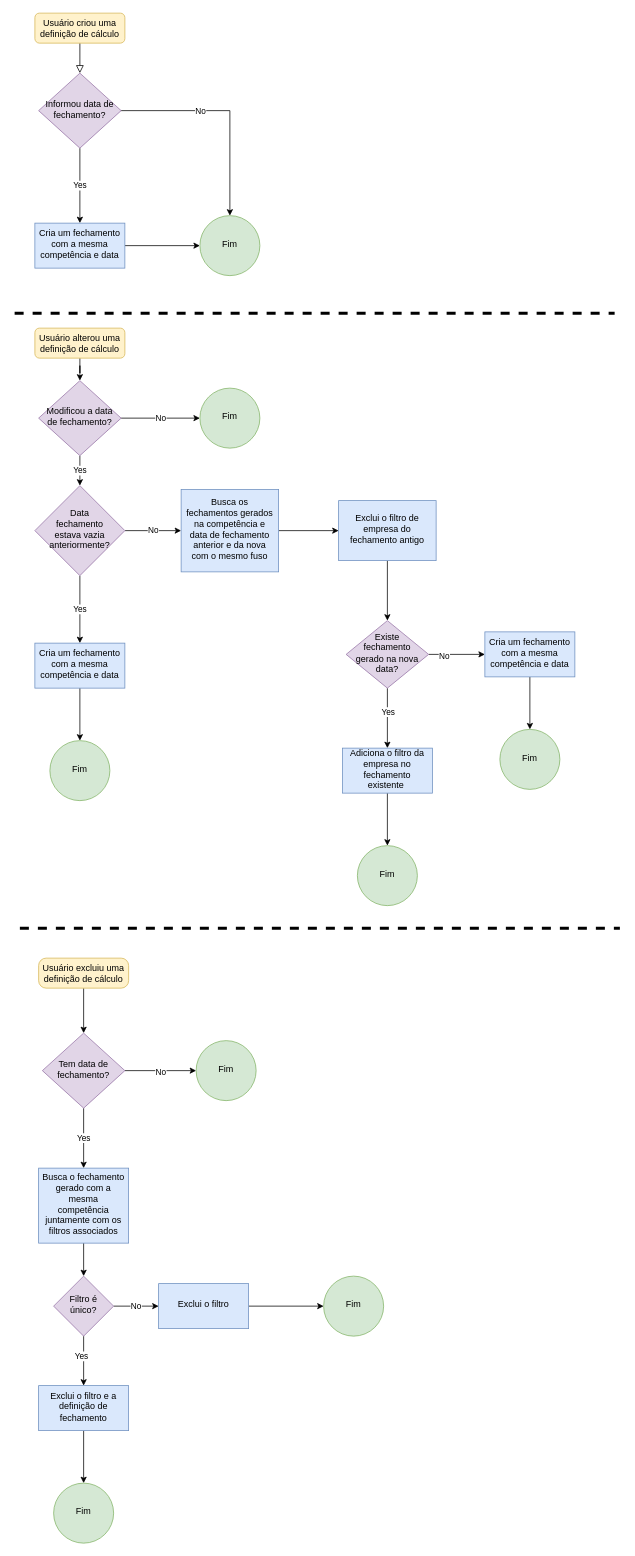
The draw.io diagram closure_by_calculation_definition.drawio in jupiterise/flow_charts, before the edit. Source tidied: cells renumbered, new cells numbered last; positions are measured from the earlier drawing's top-left corner, leaving out a move shared by most shapes. Both pictures are drawn from the tidied source at 75%, with x=0, y=0 at pixel (14, 13).
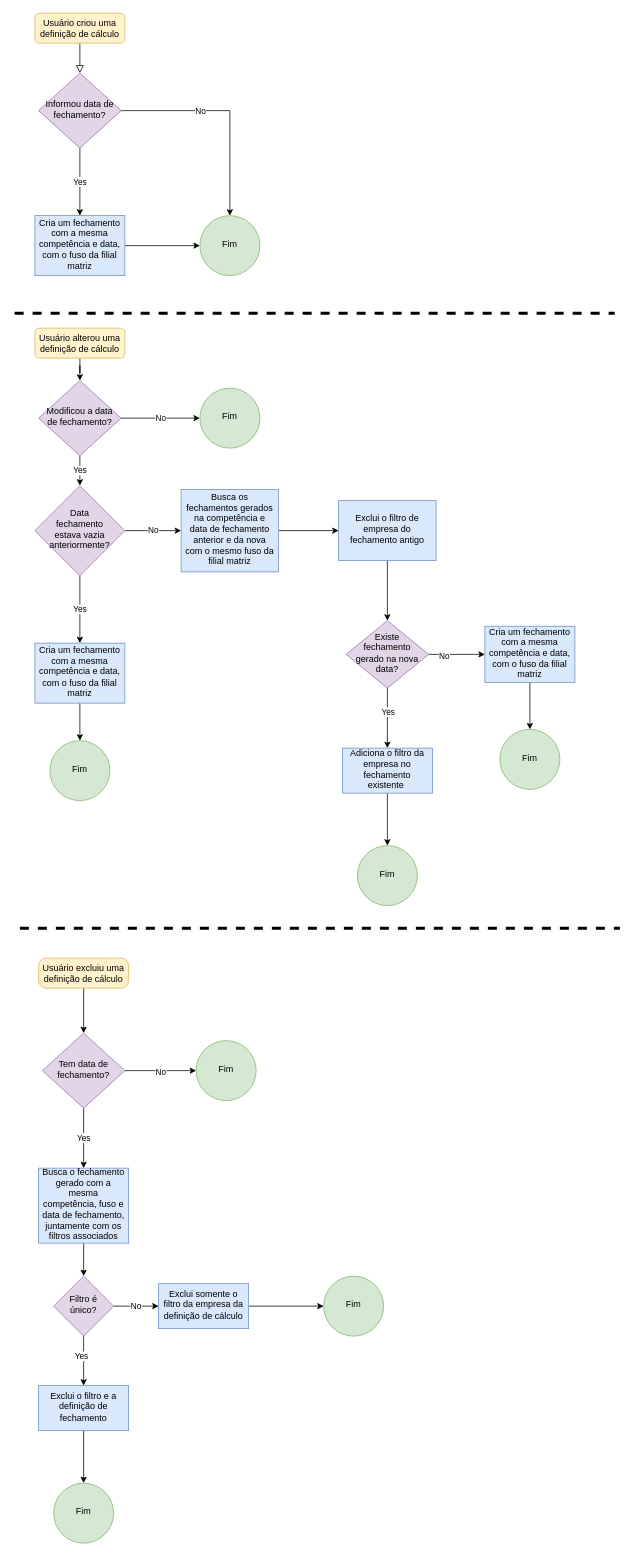
After the change.

What changed in the source:
```diff
@@
-    <mxCell id="18" value="Busca os fechamentos gerados&lt;div&gt;na competência e data de fechamento anterior e da nova&lt;/div&gt;&lt;div&gt;com o mesmo fuso&lt;/div&gt;" style="whiteSpace=wrap;html=1;shadow=0;strokeWidth=1;spacing=6;spacingTop=-4;fillColor=#dae8fc;strokeColor=#6c8ebf;" parent="1" vertex="1">
+    <mxCell id="18" value="Busca os fechamentos gerados&lt;div&gt;na competência e data de fechamento anterior e da nova&lt;/div&gt;&lt;div&gt;com o mesmo fuso da filial matriz&lt;/div&gt;" style="whiteSpace=wrap;html=1;shadow=0;strokeWidth=1;spacing=6;spacingTop=-4;fillColor=#dae8fc;strokeColor=#6c8ebf;" parent="1" vertex="1">
       <mxGeometry x="222" y="635" width="130" height="110" as="geometry" />
     </mxCell>
@@
-    <mxCell id="20" value="Cria um fechamento com a mesma competência e data" style="whiteSpace=wrap;html=1;shadow=0;strokeWidth=1;spacing=6;spacingTop=-4;fillColor=#dae8fc;strokeColor=#6c8ebf;" parent="1" vertex="1">
-      <mxGeometry x="27" y="280" width="120" height="60" as="geometry" />
+    <mxCell id="20" value="Cria um fechamento com a mesma competência e data, com o fuso da filial matriz" style="whiteSpace=wrap;html=1;shadow=0;strokeWidth=1;spacing=6;spacingTop=-4;fillColor=#dae8fc;strokeColor=#6c8ebf;" parent="1" vertex="1">
+      <mxGeometry x="27" y="270" width="120" height="80" as="geometry" />
     </mxCell>
@@
-    <mxCell id="23" value="Cria um fechamento com a mesma competência e data" style="whiteSpace=wrap;html=1;shadow=0;strokeWidth=1;spacing=6;spacingTop=-4;fillColor=#dae8fc;strokeColor=#6c8ebf;" parent="1" vertex="1">
-      <mxGeometry x="27" y="840" width="120" height="60" as="geometry" />
+    <mxCell id="23" value="Cria um fechamento com a mesma competência e data, com o fuso da filial matriz" style="whiteSpace=wrap;html=1;shadow=0;strokeWidth=1;spacing=6;spacingTop=-4;fillColor=#dae8fc;strokeColor=#6c8ebf;" parent="1" vertex="1">
+      <mxGeometry x="27" y="840" width="120" height="80" as="geometry" />
     </mxCell>
@@
-    <mxCell id="36" value="Cria um fechamento com a mesma competência e data" style="whiteSpace=wrap;html=1;shadow=0;strokeWidth=1;spacing=6;spacingTop=-4;fillColor=#dae8fc;strokeColor=#6c8ebf;" parent="1" vertex="1">
-      <mxGeometry x="627" y="825" width="120" height="60" as="geometry" />
+    <mxCell id="36" value="Cria um fechamento com a mesma competência e data, com o fuso da filial matriz" style="whiteSpace=wrap;html=1;shadow=0;strokeWidth=1;spacing=6;spacingTop=-4;fillColor=#dae8fc;strokeColor=#6c8ebf;" parent="1" vertex="1">
+      <mxGeometry x="627" y="817.5" width="120" height="75" as="geometry" />
     </mxCell>
@@
-    <mxCell id="46" value="Busca o fechamento gerado com a mesma competência juntamente com os filtros associados" style="whiteSpace=wrap;html=1;shadow=0;strokeWidth=1;spacing=6;spacingTop=-4;fillColor=#dae8fc;strokeColor=#6c8ebf;" parent="1" vertex="1">
+    <mxCell id="46" value="Busca o fechamento gerado com a mesma competência, fuso e data de fechamento, juntamente com os filtros associados" style="whiteSpace=wrap;html=1;shadow=0;strokeWidth=1;spacing=6;spacingTop=-4;fillColor=#dae8fc;strokeColor=#6c8ebf;" parent="1" vertex="1">
       <mxGeometry x="32" y="1540" width="120" height="100" as="geometry" />
     </mxCell>
@@
-    <mxCell id="52" value="Exclui o filtro" style="whiteSpace=wrap;html=1;shadow=0;strokeWidth=1;spacing=6;spacingTop=-4;fillColor=#dae8fc;strokeColor=#6c8ebf;" parent="1" vertex="1">
+    <mxCell id="52" value="Exclui somente o filtro da empresa da definição de cálculo" style="whiteSpace=wrap;html=1;shadow=0;strokeWidth=1;spacing=6;spacingTop=-4;fillColor=#dae8fc;strokeColor=#6c8ebf;" parent="1" vertex="1">
       <mxGeometry x="192" y="1694" width="120" height="60" as="geometry" />
     </mxCell>
```
